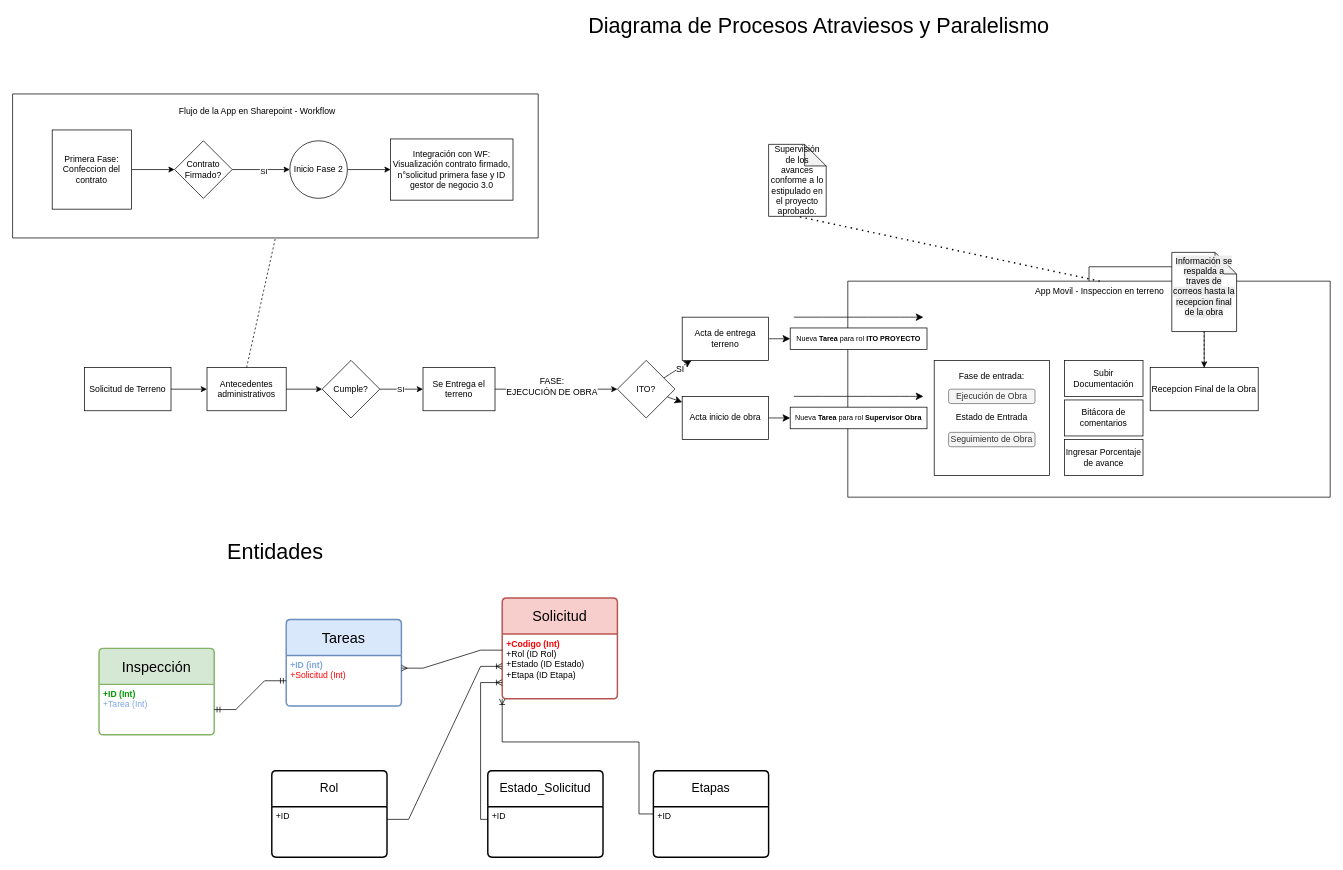
royarzunsaire/mi-pwa-frontend keeps this draw.io diagram as DiagramaApp.drawio. Above is the earlier version. Source tidied: cells renumbered, new cells numbered last; positions are measured from the earlier drawing's top-left corner, leaving out a move shared by most shapes. Both pictures are drawn from the tidied source at 72%, with x=0, y=0 at pixel (12, 14).
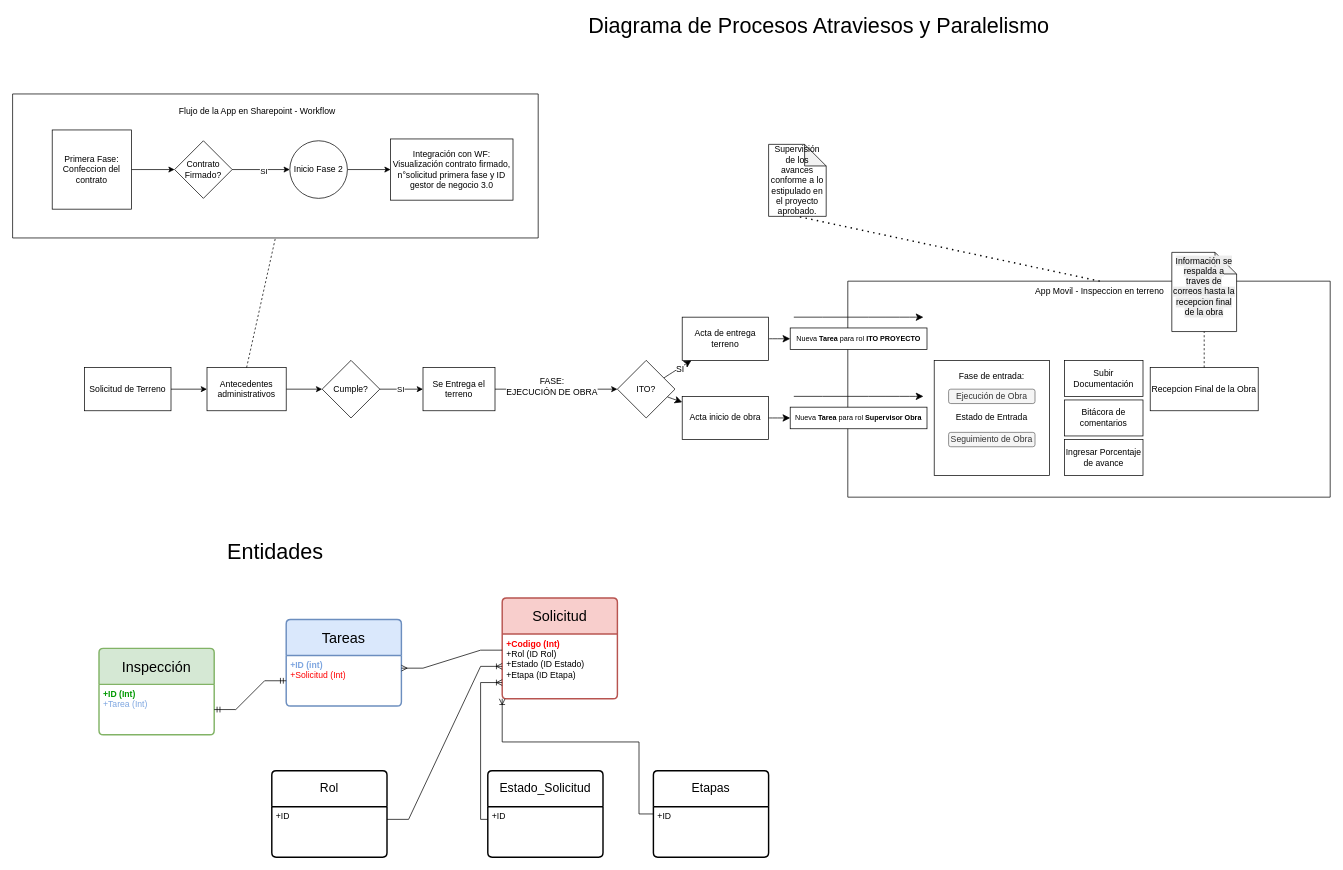
Above is the later version.

Unchanged cells that the change refers to:
```xml
<mxCell id="13" value="Recepcion Final de la Obra" style="whiteSpace=wrap;html=1;rounded=0;" parent="1" vertex="1">
  <mxGeometry x="1580" y="490" width="150" height="60" as="geometry" />
</mxCell>
<mxCell id="15" style="swimlane;startSize=0;" parent="1" vertex="1">
  <mxGeometry x="1160" y="370" width="670" height="300" as="geometry" />
</mxCell>
```

What changed in the source:
```diff
@@
-    <mxCell id="14" style="edgeStyle=orthogonalEdgeStyle;rounded=0;jettySize=auto;html=1;" parent="1" edge="1" source="15" target="13">
-      <mxGeometry relative="1" as="geometry" />
-    </mxCell>
```
